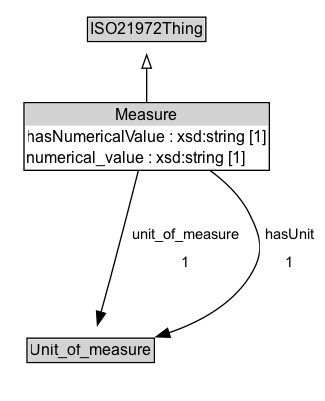
Above: docs/diagrams/Measure.dot.png in ISO-TC204/ontology-i72-v1 (Graphviz), before the change. Its source is kept beside it as docs/diagrams/Measure.dot.
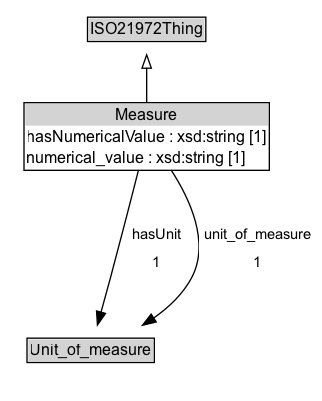
After the change.

Diff of the diagram source:
```diff
@@ -19,6 +19,6 @@
 	Measure -> Invis [style=invis]
 	Invis -> Unit_of_measure [style=invis]
 	Unit_of_measure [label=<<TABLE BORDER="1" CELLBORDER="0" CELLSPACING="0" CELLPADDING="1"><TR><TD BGCOLOR="lightgray" ALIGN="CENTER">Unit_of_measure</TD></TR></TABLE>> URL="../Unit_of_measure" margin=0]
+	Measure -> Unit_of_measure [label=<<TABLE BORDER="0" CELLBORDER="0" CELLSPACING="0" CELLPADDING="4" BGCOLOR="white"><TR><TD ALIGN="CENTER">hasUnit</TD></TR><TR><TD ALIGN="CENTER">1</TD></TR></TABLE>> arrowhead=normal style=solid]
 	Measure -> Unit_of_measure [label=<<TABLE BORDER="0" CELLBORDER="0" CELLSPACING="0" CELLPADDING="4" BGCOLOR="white"><TR><TD ALIGN="CENTER">unit_of_measure</TD></TR><TR><TD ALIGN="CENTER">1</TD></TR></TABLE>> arrowhead=normal style=solid]
-	Measure -> Unit_of_measure [label=<<TABLE BORDER="0" CELLBORDER="0" CELLSPACING="0" CELLPADDING="4" BGCOLOR="white"><TR><TD ALIGN="CENTER">hasUnit</TD></TR><TR><TD ALIGN="CENTER">1</TD></TR></TABLE>> arrowhead=normal style=solid]
 }
```
